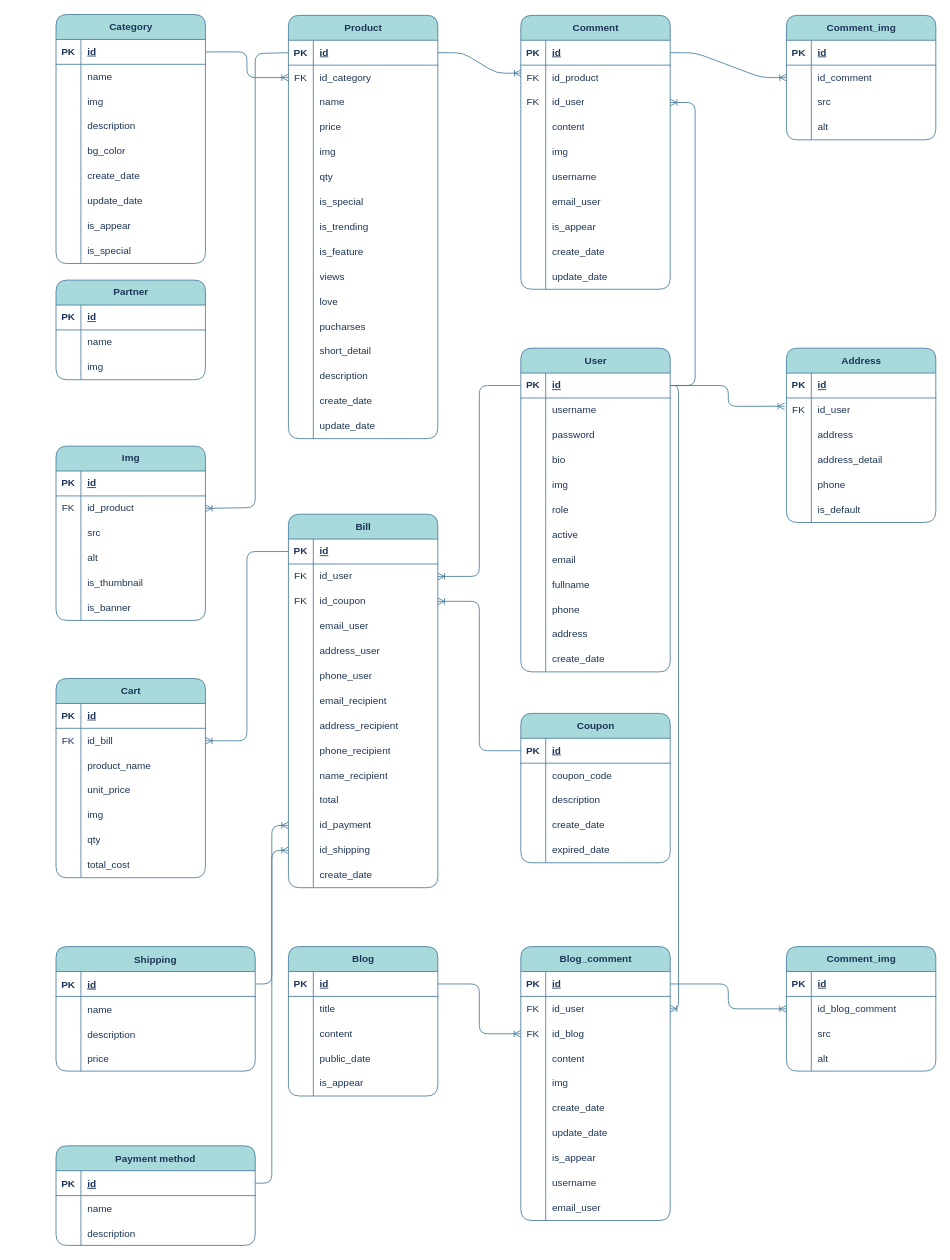
Earlier version of the draw.io diagram page "ERD_Level-2" (1 of 3) of .vscode/LEGOUS_DIAGRAM.drawio (thanh8724/Legous). Source tidied: cells renumbered, new cells numbered last; positions are measured from the earlier drawing's top-left corner, leaving out a move shared by most shapes. Both pictures are drawn from the tidied source at 83%, with x=0, y=0 at pixel (56, 14).
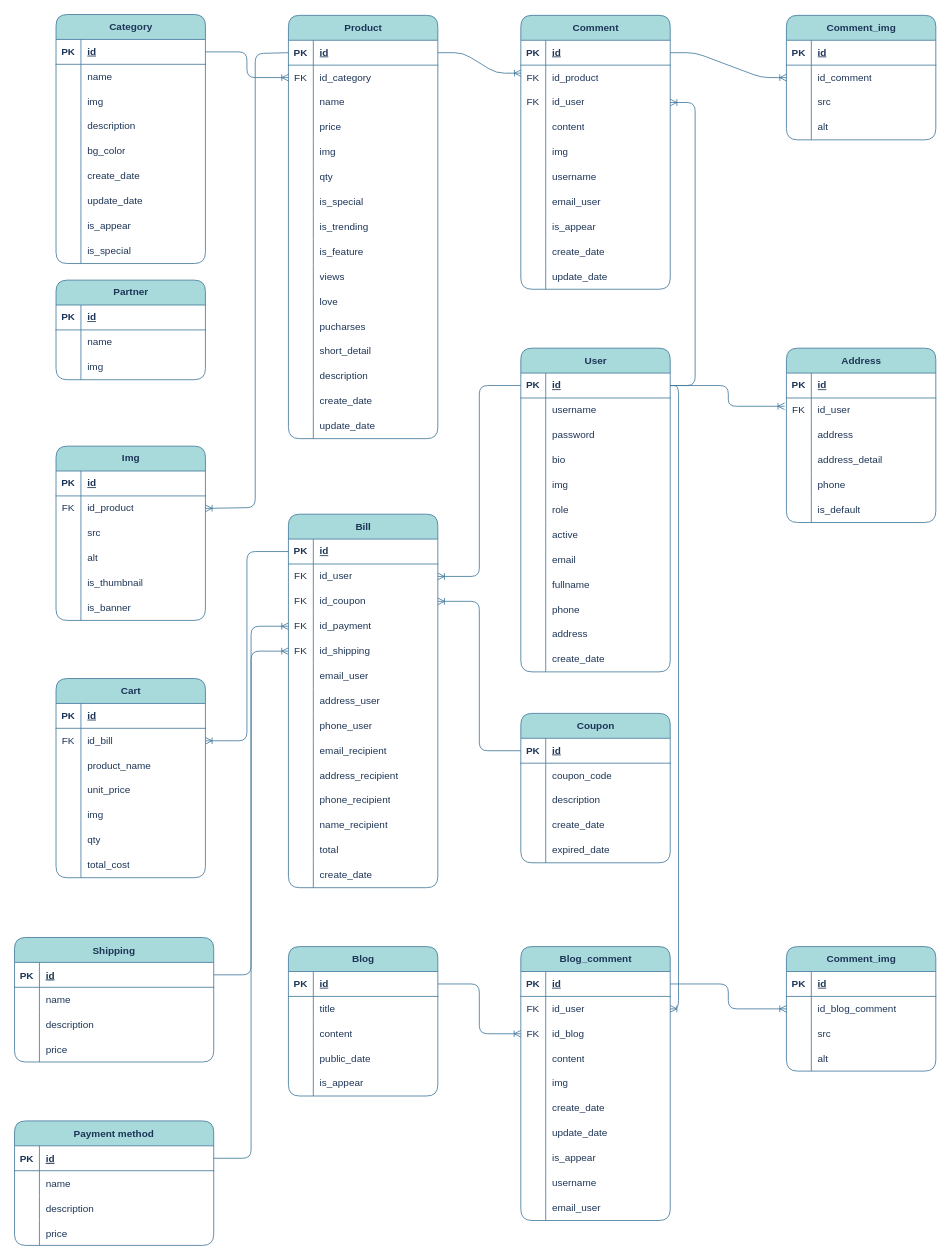
The same diagram, later.

The change refers to these unchanged cells:
```xml
<mxCell id="130" value="Bill" style="shape=table;startSize=30;childLayout=tableLayout;rowLines=0;fontStyle=1;align=center;html=1;labelBackgroundColor=none;fillColor=#A8DADC;strokeColor=#457B9D;fontColor=#1D3557;rounded=1;" parent="1" vertex="1">
  <mxGeometry x="280" y="602" width="180" height="450" as="geometry" />
</mxCell>
```

What changed in the source:
```diff
@@
+    <mxCell id="164" style="shape=tableRow;horizontal=0;startSize=0;swimlaneHead=0;swimlaneBody=0;fillColor=none;points=[[0,0.5],[1,0.5]];portConstraint=eastwest;top=0;left=0;right=0;bottom=0;labelBackgroundColor=none;strokeColor=#457B9D;fontColor=#1D3557;rounded=1;" parent="130" vertex="1">
+      <mxGeometry y="120" width="180" height="30" as="geometry" />
+    </mxCell>
+    <mxCell id="165" value="FK" style="shape=partialRectangle;fillColor=none;top=0;left=0;bottom=0;right=0;overflow=hidden;whiteSpace=wrap;html=1;labelBackgroundColor=none;strokeColor=#457B9D;fontColor=#1D3557;rounded=1;" parent="164" vertex="1">
+      <mxGeometry width="30" height="30" as="geometry" />
+    </mxCell>
+    <mxCell id="166" value="id_payment" style="shape=partialRectangle;fillColor=none;top=0;left=0;bottom=0;right=0;align=left;spacingLeft=6;overflow=hidden;whiteSpace=wrap;html=1;labelBackgroundColor=none;strokeColor=#457B9D;fontColor=#1D3557;rounded=1;" parent="164" vertex="1">
+      <mxGeometry x="30" width="150" height="30" as="geometry" />
+    </mxCell>
+    <mxCell id="167" style="shape=tableRow;horizontal=0;startSize=0;swimlaneHead=0;swimlaneBody=0;fillColor=none;points=[[0,0.5],[1,0.5]];portConstraint=eastwest;top=0;left=0;right=0;bottom=0;labelBackgroundColor=none;strokeColor=#457B9D;fontColor=#1D3557;rounded=1;" parent="130" vertex="1">
+      <mxGeometry y="150" width="180" height="30" as="geometry" />
+    </mxCell>
+    <mxCell id="168" value="FK" style="shape=partialRectangle;fillColor=none;top=0;left=0;bottom=0;right=0;overflow=hidden;whiteSpace=wrap;html=1;labelBackgroundColor=none;strokeColor=#457B9D;fontColor=#1D3557;rounded=1;" parent="167" vertex="1">
+      <mxGeometry width="30" height="30" as="geometry" />
+    </mxCell>
+    <mxCell id="169" value="id_shipping" style="shape=partialRectangle;fillColor=none;top=0;left=0;bottom=0;right=0;align=left;spacingLeft=6;overflow=hidden;whiteSpace=wrap;html=1;labelBackgroundColor=none;strokeColor=#457B9D;fontColor=#1D3557;rounded=1;" parent="167" vertex="1">
+      <mxGeometry x="30" width="150" height="30" as="geometry" />
+    </mxCell>
     <mxCell id="140" style="shape=tableRow;horizontal=0;startSize=0;swimlaneHead=0;swimlaneBody=0;fillColor=none;top=0;left=0;right=0;bottom=0;labelBackgroundColor=none;strokeColor=#457B9D;fontColor=#1D3557;rounded=1;" parent="130" vertex="1">
-      <mxGeometry y="120" width="180" height="30" as="geometry" />
+      <mxGeometry y="180" width="180" height="30" as="geometry" />
     </mxCell>
@@
     <mxCell id="143" style="shape=tableRow;horizontal=0;startSize=0;swimlaneHead=0;swimlaneBody=0;fillColor=none;top=0;left=0;right=0;bottom=0;labelBackgroundColor=none;strokeColor=#457B9D;fontColor=#1D3557;rounded=1;" parent="130" vertex="1">
-      <mxGeometry y="150" width="180" height="30" as="geometry" />
+      <mxGeometry y="210" width="180" height="30" as="geometry" />
     </mxCell>
@@
     <mxCell id="146" style="shape=tableRow;horizontal=0;startSize=0;swimlaneHead=0;swimlaneBody=0;fillColor=none;top=0;left=0;right=0;bottom=0;labelBackgroundColor=none;strokeColor=#457B9D;fontColor=#1D3557;rounded=1;" parent="130" vertex="1">
-      <mxGeometry y="180" width="180" height="30" as="geometry" />
+      <mxGeometry y="240" width="180" height="30" as="geometry" />
     </mxCell>
@@
     <mxCell id="149" style="shape=tableRow;horizontal=0;startSize=0;swimlaneHead=0;swimlaneBody=0;fillColor=none;top=0;left=0;right=0;bottom=0;labelBackgroundColor=none;strokeColor=#457B9D;fontColor=#1D3557;rounded=1;" parent="130" vertex="1">
-      <mxGeometry y="210" width="180" height="30" as="geometry" />
+      <mxGeometry y="270" width="180" height="30" as="geometry" />
     </mxCell>
@@
     <mxCell id="152" style="shape=tableRow;horizontal=0;startSize=0;swimlaneHead=0;swimlaneBody=0;fillColor=none;top=0;left=0;right=0;bottom=0;labelBackgroundColor=none;strokeColor=#457B9D;fontColor=#1D3557;rounded=1;" parent="130" vertex="1">
-      <mxGeometry y="240" width="180" height="30" as="geometry" />
+      <mxGeometry y="300" width="180" height="30" as="geometry" />
     </mxCell>
@@
     <mxCell id="155" style="shape=tableRow;horizontal=0;startSize=0;swimlaneHead=0;swimlaneBody=0;fillColor=none;top=0;left=0;right=0;bottom=0;labelBackgroundColor=none;strokeColor=#457B9D;fontColor=#1D3557;rounded=1;" parent="130" vertex="1">
-      <mxGeometry y="270" width="180" height="30" as="geometry" />
+      <mxGeometry y="330" width="180" height="30" as="geometry" />
     </mxCell>
@@
     <mxCell id="158" style="shape=tableRow;horizontal=0;startSize=0;swimlaneHead=0;swimlaneBody=0;fillColor=none;top=0;left=0;right=0;bottom=0;labelBackgroundColor=none;strokeColor=#457B9D;fontColor=#1D3557;rounded=1;" parent="130" vertex="1">
-      <mxGeometry y="300" width="180" height="30" as="geometry" />
+      <mxGeometry y="360" width="180" height="30" as="geometry" />
     </mxCell>
@@
     <mxCell id="161" style="shape=tableRow;horizontal=0;startSize=0;swimlaneHead=0;swimlaneBody=0;fillColor=none;top=0;left=0;right=0;bottom=0;labelBackgroundColor=none;strokeColor=#457B9D;fontColor=#1D3557;rounded=1;" parent="130" vertex="1">
-      <mxGeometry y="330" width="180" height="30" as="geometry" />
+      <mxGeometry y="390" width="180" height="30" as="geometry" />
     </mxCell>
@@
-    <mxCell id="164" style="shape=tableRow;horizontal=0;startSize=0;swimlaneHead=0;swimlaneBody=0;fillColor=none;points=[[0,0.5],[1,0.5]];portConstraint=eastwest;top=0;left=0;right=0;bottom=0;labelBackgroundColor=none;strokeColor=#457B9D;fontColor=#1D3557;rounded=1;" parent="130" vertex="1">
-      <mxGeometry y="360" width="180" height="30" as="geometry" />
-    </mxCell>
-    <mxCell id="165" style="shape=partialRectangle;fillColor=none;top=0;left=0;bottom=0;right=0;overflow=hidden;whiteSpace=wrap;html=1;labelBackgroundColor=none;strokeColor=#457B9D;fontColor=#1D3557;rounded=1;" parent="164" vertex="1">
-      <mxGeometry width="30" height="30" as="geometry" />
-    </mxCell>
-    <mxCell id="166" value="id_payment" style="shape=partialRectangle;fillColor=none;top=0;left=0;bottom=0;right=0;align=left;spacingLeft=6;overflow=hidden;whiteSpace=wrap;html=1;labelBackgroundColor=none;strokeColor=#457B9D;fontColor=#1D3557;rounded=1;" parent="164" vertex="1">
-      <mxGeometry x="30" width="150" height="30" as="geometry" />
-    </mxCell>
-    <mxCell id="167" style="shape=tableRow;horizontal=0;startSize=0;swimlaneHead=0;swimlaneBody=0;fillColor=none;points=[[0,0.5],[1,0.5]];portConstraint=eastwest;top=0;left=0;right=0;bottom=0;labelBackgroundColor=none;strokeColor=#457B9D;fontColor=#1D3557;rounded=1;" parent="130" vertex="1">
-      <mxGeometry y="390" width="180" height="30" as="geometry" />
-    </mxCell>
-    <mxCell id="168" style="shape=partialRectangle;fillColor=none;top=0;left=0;bottom=0;right=0;overflow=hidden;whiteSpace=wrap;html=1;labelBackgroundColor=none;strokeColor=#457B9D;fontColor=#1D3557;rounded=1;" parent="167" vertex="1">
-      <mxGeometry width="30" height="30" as="geometry" />
-    </mxCell>
-    <mxCell id="169" value="id_shipping" style="shape=partialRectangle;fillColor=none;top=0;left=0;bottom=0;right=0;align=left;spacingLeft=6;overflow=hidden;whiteSpace=wrap;html=1;labelBackgroundColor=none;strokeColor=#457B9D;fontColor=#1D3557;rounded=1;" parent="167" vertex="1">
-      <mxGeometry x="30" width="150" height="30" as="geometry" />
-    </mxCell>
@@
     <mxCell id="309" value="Shipping" style="shape=table;startSize=30;childLayout=tableLayout;rowLines=0;fontStyle=1;align=center;labelBackgroundColor=none;fillColor=#A8DADC;strokeColor=#457B9D;fontColor=#1D3557;rounded=1;" parent="1" vertex="1">
-      <mxGeometry y="1123" width="240" height="150" as="geometry" />
+      <mxGeometry x="-50" y="1112" width="240" height="150" as="geometry" />
     </mxCell>
@@
     <mxCell id="323" value="Payment method" style="shape=table;startSize=30;childLayout=tableLayout;rowLines=0;fontStyle=1;align=center;labelBackgroundColor=none;fillColor=#A8DADC;strokeColor=#457B9D;fontColor=#1D3557;rounded=1;" parent="1" vertex="1">
-      <mxGeometry y="1363" width="240" height="120" as="geometry" />
+      <mxGeometry x="-50" y="1333" width="240" height="150" as="geometry" />
     </mxCell>
@@
+    <mxCell id="386" style="shape=tableRow;horizontal=0;startSize=0;swimlaneHead=0;swimlaneBody=0;fillColor=none;top=0;left=0;right=0;bottom=0;labelBackgroundColor=none;strokeColor=#457B9D;fontColor=#1D3557;rounded=1;" parent="323" vertex="1">
+      <mxGeometry y="120" width="240" height="30" as="geometry" />
+    </mxCell>
+    <mxCell id="387" style="shape=partialRectangle;fillColor=none;top=0;left=0;bottom=0;right=0;overflow=hidden;labelBackgroundColor=none;strokeColor=#457B9D;fontColor=#1D3557;rounded=1;" parent="386" vertex="1">
+      <mxGeometry width="30" height="30" as="geometry" />
+    </mxCell>
+    <mxCell id="388" value="price" style="shape=partialRectangle;fillColor=none;top=0;left=0;bottom=0;right=0;align=left;spacingLeft=6;overflow=hidden;labelBackgroundColor=none;strokeColor=#457B9D;fontColor=#1D3557;rounded=1;" parent="386" vertex="1">
+      <mxGeometry x="30" width="210" height="30" as="geometry" />
+    </mxCell>
```
